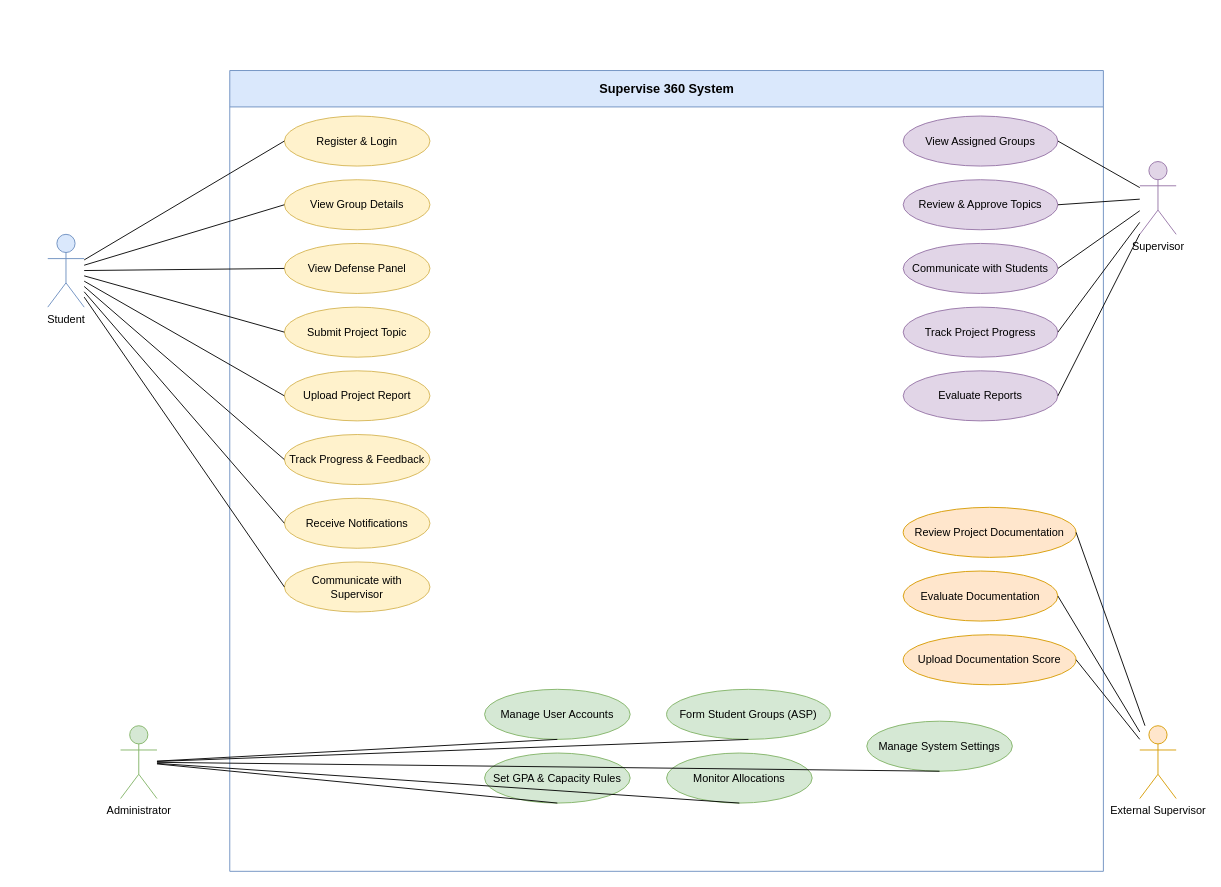
Chidera584/supervise360 keeps this draw.io diagram as diagrams/01-use-case-diagram.drawio. Above is the earlier version. Source tidied: cells renumbered, new cells numbered last; positions are measured from the earlier drawing's top-left corner, leaving out a move shared by most shapes. Both pictures are drawn from the tidied source at 91%, with x=0, y=0 at pixel (47, 70).
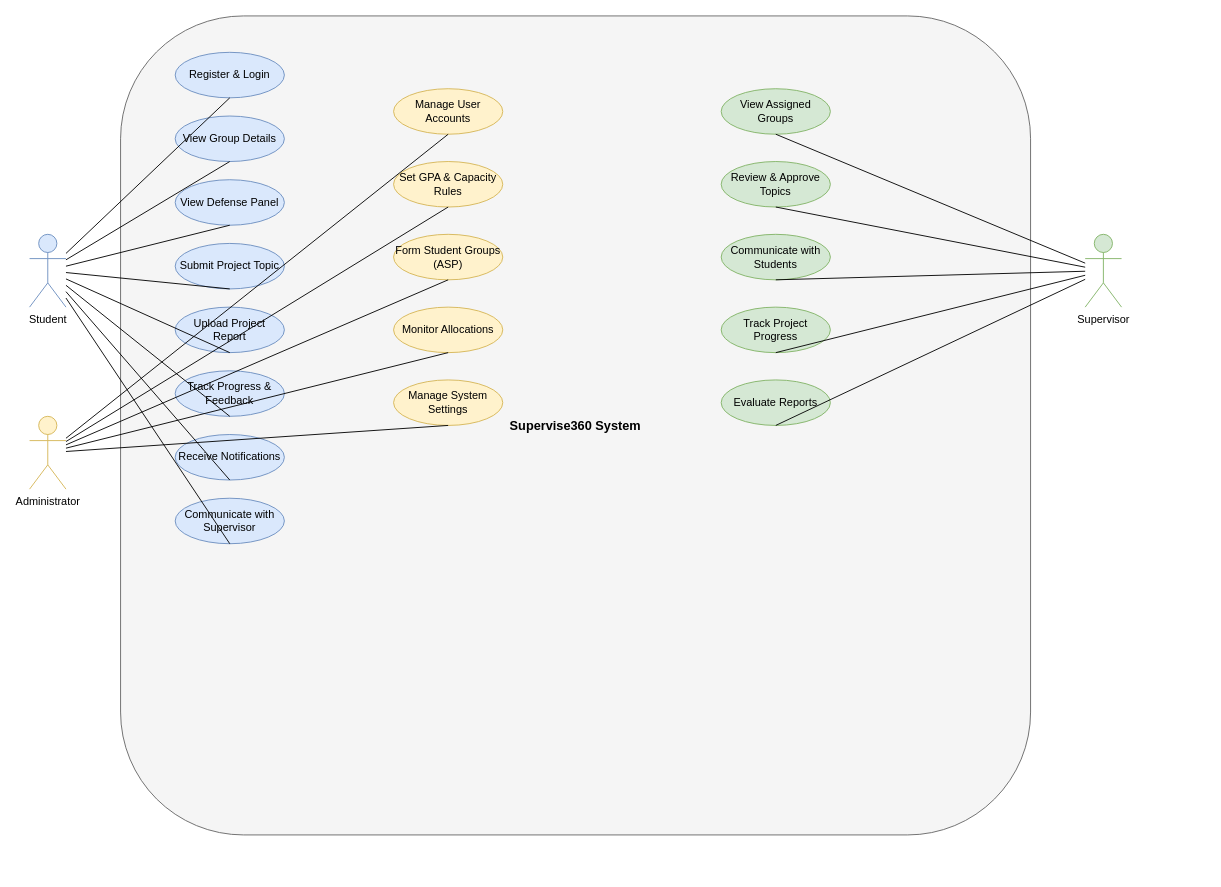
The same page after the edit.

Commit message (it also covers changes not shown here):
Update diagrams to match reference structure: use case, sequence, architecture, ER

The edit, as a diff of the source:
```diff
@@
-    <mxCell id="2" value="Supervise 360 System" style="swimlane;html=1;horizontal=1;startSize=40;fillColor=#dae8fc;strokeColor=#6c8ebf;fontStyle=1;fontSize=14;" parent="1" vertex="1">
-      <mxGeometry x="200" width="960" height="880" as="geometry" />
+    <mxCell id="2" value="Supervise360 System" style="rounded=1;whiteSpace=wrap;html=1;fillColor=#f5f5f5;strokeColor=#666666;fontStyle=1;fontSize=14;arcSize=15;" parent="1" vertex="1">
+      <mxGeometry x="80" y="-60" width="1000" height="900" as="geometry" />
     </mxCell>
-    <mxCell id="3" value="Register &amp; Login" style="ellipse;whiteSpace=wrap;html=1;fillColor=#fff2cc;strokeColor=#d6b656;" parent="2" vertex="1">
-      <mxGeometry x="60" y="50" width="160" height="55" as="geometry" />
+    <mxCell id="3" value="Register &amp; Login" style="ellipse;whiteSpace=wrap;html=1;fillColor=#dae8fc;strokeColor=#6c8ebf;" parent="1" vertex="1">
+      <mxGeometry x="140" y="-20" width="120" height="50" as="geometry" />
     </mxCell>
-    <mxCell id="4" value="View Group Details" style="ellipse;whiteSpace=wrap;html=1;fillColor=#fff2cc;strokeColor=#d6b656;" parent="2" vertex="1">
-      <mxGeometry x="60" y="120" width="160" height="55" as="geometry" />
+    <mxCell id="4" value="View Group Details" style="ellipse;whiteSpace=wrap;html=1;fillColor=#dae8fc;strokeColor=#6c8ebf;" parent="1" vertex="1">
+      <mxGeometry x="140" y="50" width="120" height="50" as="geometry" />
     </mxCell>
-    <mxCell id="5" value="View Defense Panel" style="ellipse;whiteSpace=wrap;html=1;fillColor=#fff2cc;strokeColor=#d6b656;" parent="2" vertex="1">
-      <mxGeometry x="60" y="190" width="160" height="55" as="geometry" />
+    <mxCell id="5" value="View Defense Panel" style="ellipse;whiteSpace=wrap;html=1;fillColor=#dae8fc;strokeColor=#6c8ebf;" parent="1" vertex="1">
+      <mxGeometry x="140" y="120" width="120" height="50" as="geometry" />
     </mxCell>
-    <mxCell id="6" value="Submit Project Topic" style="ellipse;whiteSpace=wrap;html=1;fillColor=#fff2cc;strokeColor=#d6b656;" parent="2" vertex="1">
-      <mxGeometry x="60" y="260" width="160" height="55" as="geometry" />
+    <mxCell id="6" value="Submit Project Topic" style="ellipse;whiteSpace=wrap;html=1;fillColor=#dae8fc;strokeColor=#6c8ebf;" parent="1" vertex="1">
+      <mxGeometry x="140" y="190" width="120" height="50" as="geometry" />
     </mxCell>
-    <mxCell id="7" value="Upload Project Report" style="ellipse;whiteSpace=wrap;html=1;fillColor=#fff2cc;strokeColor=#d6b656;" parent="2" vertex="1">
-      <mxGeometry x="60" y="330" width="160" height="55" as="geometry" />
+    <mxCell id="7" value="Upload Project Report" style="ellipse;whiteSpace=wrap;html=1;fillColor=#dae8fc;strokeColor=#6c8ebf;" parent="1" vertex="1">
+      <mxGeometry x="140" y="260" width="120" height="50" as="geometry" />
     </mxCell>
-    <mxCell id="8" value="Track Progress &amp; Feedback" style="ellipse;whiteSpace=wrap;html=1;fillColor=#fff2cc;strokeColor=#d6b656;" parent="2" vertex="1">
-      <mxGeometry x="60" y="400" width="160" height="55" as="geometry" />
+    <mxCell id="8" value="Track Progress &amp; Feedback" style="ellipse;whiteSpace=wrap;html=1;fillColor=#dae8fc;strokeColor=#6c8ebf;" parent="1" vertex="1">
+      <mxGeometry x="140" y="330" width="120" height="50" as="geometry" />
     </mxCell>
-    <mxCell id="9" value="Receive Notifications" style="ellipse;whiteSpace=wrap;html=1;fillColor=#fff2cc;strokeColor=#d6b656;" parent="2" vertex="1">
-      <mxGeometry x="60" y="470" width="160" height="55" as="geometry" />
+    <mxCell id="9" value="Receive Notifications" style="ellipse;whiteSpace=wrap;html=1;fillColor=#dae8fc;strokeColor=#6c8ebf;" parent="1" vertex="1">
+      <mxGeometry x="140" y="400" width="120" height="50" as="geometry" />
     </mxCell>
-    <mxCell id="10" value="Communicate with Supervisor" style="ellipse;whiteSpace=wrap;html=1;fillColor=#fff2cc;strokeColor=#d6b656;" parent="2" vertex="1">
-      <mxGeometry x="60" y="540" width="160" height="55" as="geometry" />
+    <mxCell id="10" value="Communicate with Supervisor" style="ellipse;whiteSpace=wrap;html=1;fillColor=#dae8fc;strokeColor=#6c8ebf;" parent="1" vertex="1">
+      <mxGeometry x="140" y="470" width="120" height="50" as="geometry" />
     </mxCell>
-    <mxCell id="11" value="Manage User Accounts" style="ellipse;whiteSpace=wrap;html=1;fillColor=#d5e8d4;strokeColor=#82b366;" parent="2" vertex="1">
-      <mxGeometry x="280" y="680" width="160" height="55" as="geometry" />
+    <mxCell id="11" value="Manage User Accounts" style="ellipse;whiteSpace=wrap;html=1;fillColor=#fff2cc;strokeColor=#d6b656;" parent="1" vertex="1">
+      <mxGeometry x="380" y="20" width="120" height="50" as="geometry" />
     </mxCell>
-    <mxCell id="12" value="Set GPA &amp; Capacity Rules" style="ellipse;whiteSpace=wrap;html=1;fillColor=#d5e8d4;strokeColor=#82b366;" parent="2" vertex="1">
-      <mxGeometry x="280" y="750" width="160" height="55" as="geometry" />
+    <mxCell id="12" value="Set GPA &amp; Capacity Rules" style="ellipse;whiteSpace=wrap;html=1;fillColor=#fff2cc;strokeColor=#d6b656;" parent="1" vertex="1">
+      <mxGeometry x="380" y="100" width="120" height="50" as="geometry" />
     </mxCell>
-    <mxCell id="13" value="Form Student Groups (ASP)" style="ellipse;whiteSpace=wrap;html=1;fillColor=#d5e8d4;strokeColor=#82b366;" parent="2" vertex="1">
-      <mxGeometry x="480" y="680" width="180" height="55" as="geometry" />
+    <mxCell id="13" value="Form Student Groups (ASP)" style="ellipse;whiteSpace=wrap;html=1;fillColor=#fff2cc;strokeColor=#d6b656;" parent="1" vertex="1">
+      <mxGeometry x="380" y="180" width="120" height="50" as="geometry" />
     </mxCell>
-    <mxCell id="14" value="Monitor Allocations" style="ellipse;whiteSpace=wrap;html=1;fillColor=#d5e8d4;strokeColor=#82b366;" parent="2" vertex="1">
-      <mxGeometry x="480" y="750" width="160" height="55" as="geometry" />
+    <mxCell id="14" value="Monitor Allocations" style="ellipse;whiteSpace=wrap;html=1;fillColor=#fff2cc;strokeColor=#d6b656;" parent="1" vertex="1">
+      <mxGeometry x="380" y="260" width="120" height="50" as="geometry" />
     </mxCell>
-    <mxCell id="15" value="Manage System Settings" style="ellipse;whiteSpace=wrap;html=1;fillColor=#d5e8d4;strokeColor=#82b366;" parent="2" vertex="1">
-      <mxGeometry x="700" y="715" width="160" height="55" as="geometry" />
+    <mxCell id="15" value="Manage System Settings" style="ellipse;whiteSpace=wrap;html=1;fillColor=#fff2cc;strokeColor=#d6b656;" parent="1" vertex="1">
+      <mxGeometry x="380" y="340" width="120" height="50" as="geometry" />
     </mxCell>
-    <mxCell id="16" value="View Assigned Groups" style="ellipse;whiteSpace=wrap;html=1;fillColor=#e1d5e7;strokeColor=#9673a6;" parent="2" vertex="1">
-      <mxGeometry x="740" y="50" width="170" height="55" as="geometry" />
+    <mxCell id="16" value="View Assigned Groups" style="ellipse;whiteSpace=wrap;html=1;fillColor=#d5e8d4;strokeColor=#82b366;" parent="1" vertex="1">
+      <mxGeometry x="740" y="20" width="120" height="50" as="geometry" />
     </mxCell>
-    <mxCell id="17" value="Review &amp; Approve Topics" style="ellipse;whiteSpace=wrap;html=1;fillColor=#e1d5e7;strokeColor=#9673a6;" parent="2" vertex="1">
-      <mxGeometry x="740" y="120" width="170" height="55" as="geometry" />
+    <mxCell id="17" value="Review &amp; Approve Topics" style="ellipse;whiteSpace=wrap;html=1;fillColor=#d5e8d4;strokeColor=#82b366;" parent="1" vertex="1">
+      <mxGeometry x="740" y="100" width="120" height="50" as="geometry" />
     </mxCell>
-    <mxCell id="18" value="Communicate with Students" style="ellipse;whiteSpace=wrap;html=1;fillColor=#e1d5e7;strokeColor=#9673a6;" parent="2" vertex="1">
-      <mxGeometry x="740" y="190" width="170" height="55" as="geometry" />
+    <mxCell id="18" value="Communicate with Students" style="ellipse;whiteSpace=wrap;html=1;fillColor=#d5e8d4;strokeColor=#82b366;" parent="1" vertex="1">
+      <mxGeometry x="740" y="180" width="120" height="50" as="geometry" />
     </mxCell>
-    <mxCell id="19" value="Track Project Progress" style="ellipse;whiteSpace=wrap;html=1;fillColor=#e1d5e7;strokeColor=#9673a6;" parent="2" vertex="1">
-      <mxGeometry x="740" y="260" width="170" height="55" as="geometry" />
+    <mxCell id="19" value="Track Project Progress" style="ellipse;whiteSpace=wrap;html=1;fillColor=#d5e8d4;strokeColor=#82b366;" parent="1" vertex="1">
+      <mxGeometry x="740" y="260" width="120" height="50" as="geometry" />
     </mxCell>
-    <mxCell id="20" value="Evaluate Reports" style="ellipse;whiteSpace=wrap;html=1;fillColor=#e1d5e7;strokeColor=#9673a6;" parent="2" vertex="1">
-      <mxGeometry x="740" y="330" width="170" height="55" as="geometry" />
+    <mxCell id="20" value="Evaluate Reports" style="ellipse;whiteSpace=wrap;html=1;fillColor=#d5e8d4;strokeColor=#82b366;" parent="1" vertex="1">
+      <mxGeometry x="740" y="340" width="120" height="50" as="geometry" />
     </mxCell>
-    <mxCell id="21" value="Review Project Documentation" style="ellipse;whiteSpace=wrap;html=1;fillColor=#ffe6cc;strokeColor=#d79b00;" parent="2" vertex="1">
-      <mxGeometry x="740" y="480" width="190" height="55" as="geometry" />
-    </mxCell>
-    <mxCell id="22" value="Evaluate Documentation" style="ellipse;whiteSpace=wrap;html=1;fillColor=#ffe6cc;strokeColor=#d79b00;" parent="2" vertex="1">
-      <mxGeometry x="740" y="550" width="170" height="55" as="geometry" />
-    </mxCell>
-    <mxCell id="23" value="Upload Documentation Score" style="ellipse;whiteSpace=wrap;html=1;fillColor=#ffe6cc;strokeColor=#d79b00;" parent="2" vertex="1">
-      <mxGeometry x="740" y="620" width="190" height="55" as="geometry" />
-    </mxCell>
     <mxCell id="24" value="Student" style="shape=umlActor;verticalLabelPosition=bottom;verticalAlign=top;html=1;outlineConnect=0;fillColor=#dae8fc;strokeColor=#6c8ebf;" parent="1" vertex="1">
-      <mxGeometry y="180" width="40" height="80" as="geometry" />
+      <mxGeometry x="-20" y="180" width="40" height="80" as="geometry" />
     </mxCell>
-    <mxCell id="25" value="Administrator" style="shape=umlActor;verticalLabelPosition=bottom;verticalAlign=top;html=1;outlineConnect=0;fillColor=#d5e8d4;strokeColor=#82b366;" parent="1" vertex="1">
-      <mxGeometry x="80" y="720" width="40" height="80" as="geometry" />
+    <mxCell id="25" value="Administrator" style="shape=umlActor;verticalLabelPosition=bottom;verticalAlign=top;html=1;outlineConnect=0;fillColor=#fff2cc;strokeColor=#d6b656;" parent="1" vertex="1">
+      <mxGeometry x="-20" y="380" width="40" height="80" as="geometry" />
     </mxCell>
-    <mxCell id="26" value="Supervisor" style="shape=umlActor;verticalLabelPosition=bottom;verticalAlign=top;html=1;outlineConnect=0;fillColor=#e1d5e7;strokeColor=#9673a6;" parent="1" vertex="1">
-      <mxGeometry x="1200" y="100" width="40" height="80" as="geometry" />
+    <mxCell id="26" value="Supervisor" style="shape=umlActor;verticalLabelPosition=bottom;verticalAlign=top;html=1;outlineConnect=0;fillColor=#d5e8d4;strokeColor=#82b366;" parent="1" vertex="1">
+      <mxGeometry x="1140" y="180" width="40" height="80" as="geometry" />
     </mxCell>
-    <mxCell id="27" value="External Supervisor" style="shape=umlActor;verticalLabelPosition=bottom;verticalAlign=top;html=1;outlineConnect=0;fillColor=#ffe6cc;strokeColor=#d79b00;" parent="1" vertex="1">
-      <mxGeometry x="1200" y="720" width="40" height="80" as="geometry" />
-    </mxCell>
-    <mxCell id="28" style="endArrow=none;html=1;rounded=0;entryX=0;entryY=0.5;entryDx=0;entryDy=0;" parent="1" edge="1" source="24" target="3">
+    <mxCell id="28" style="endArrow=none;html=1;rounded=0;entryX=0.5;entryY=1;entryDx=0;entryDy=0;" parent="1" edge="1" source="24" target="3">
       <mxGeometry relative="1" as="geometry" />
     </mxCell>
-    <mxCell id="29" style="endArrow=none;html=1;rounded=0;entryX=0;entryY=0.5;entryDx=0;entryDy=0;" parent="1" edge="1" source="24" target="4">
+    <mxCell id="29" style="endArrow=none;html=1;rounded=0;entryX=0.5;entryY=1;entryDx=0;entryDy=0;" parent="1" edge="1" source="24" target="4">
       <mxGeometry relative="1" as="geometry" />
     </mxCell>
-    <mxCell id="30" style="endArrow=none;html=1;rounded=0;entryX=0;entryY=0.5;entryDx=0;entryDy=0;" parent="1" edge="1" source="24" target="5">
+    <mxCell id="30" style="endArrow=none;html=1;rounded=0;entryX=0.5;entryY=1;entryDx=0;entryDy=0;" parent="1" edge="1" source="24" target="5">
       <mxGeometry relative="1" as="geometry" />
     </mxCell>
-    <mxCell id="31" style="endArrow=none;html=1;rounded=0;entryX=0;entryY=0.5;entryDx=0;entryDy=0;" parent="1" edge="1" source="24" target="6">
+    <mxCell id="31" style="endArrow=none;html=1;rounded=0;entryX=0.5;entryY=1;entryDx=0;entryDy=0;" parent="1" edge="1" source="24" target="6">
       <mxGeometry relative="1" as="geometry" />
     </mxCell>
-    <mxCell id="32" style="endArrow=none;html=1;rounded=0;entryX=0;entryY=0.5;entryDx=0;entryDy=0;" parent="1" edge="1" source="24" target="7">
+    <mxCell id="32" style="endArrow=none;html=1;rounded=0;entryX=0.5;entryY=1;entryDx=0;entryDy=0;" parent="1" edge="1" source="24" target="7">
       <mxGeometry relative="1" as="geometry" />
     </mxCell>
-    <mxCell id="33" style="endArrow=none;html=1;rounded=0;entryX=0;entryY=0.5;entryDx=0;entryDy=0;" parent="1" edge="1" source="24" target="8">
+    <mxCell id="33" style="endArrow=none;html=1;rounded=0;entryX=0.5;entryY=1;entryDx=0;entryDy=0;" parent="1" edge="1" source="24" target="8">
       <mxGeometry relative="1" as="geometry" />
     </mxCell>
-    <mxCell id="34" style="endArrow=none;html=1;rounded=0;entryX=0;entryY=0.5;entryDx=0;entryDy=0;" parent="1" edge="1" source="24" target="9">
+    <mxCell id="34" style="endArrow=none;html=1;rounded=0;entryX=0.5;entryY=1;entryDx=0;entryDy=0;" parent="1" edge="1" source="24" target="9">
       <mxGeometry relative="1" as="geometry" />
     </mxCell>
-    <mxCell id="35" style="endArrow=none;html=1;rounded=0;entryX=0;entryY=0.5;entryDx=0;entryDy=0;" parent="1" edge="1" source="24" target="10">
+    <mxCell id="35" style="endArrow=none;html=1;rounded=0;entryX=0.5;entryY=1;entryDx=0;entryDy=0;" parent="1" edge="1" source="24" target="10">
       <mxGeometry relative="1" as="geometry" />
     </mxCell>
@@
-    <mxCell id="41" style="endArrow=none;html=1;rounded=0;entryX=1;entryY=0.5;entryDx=0;entryDy=0;" parent="1" edge="1" source="26" target="16">
+    <mxCell id="41" style="endArrow=none;html=1;rounded=0;entryX=0.5;entryY=1;entryDx=0;entryDy=0;" parent="1" edge="1" source="26" target="16">
       <mxGeometry relative="1" as="geometry" />
     </mxCell>
-    <mxCell id="42" style="endArrow=none;html=1;rounded=0;entryX=1;entryY=0.5;entryDx=0;entryDy=0;" parent="1" edge="1" source="26" target="17">
+    <mxCell id="42" style="endArrow=none;html=1;rounded=0;entryX=0.5;entryY=1;entryDx=0;entryDy=0;" parent="1" edge="1" source="26" target="17">
       <mxGeometry relative="1" as="geometry" />
     </mxCell>
-    <mxCell id="43" style="endArrow=none;html=1;rounded=0;entryX=1;entryY=0.5;entryDx=0;entryDy=0;" parent="1" edge="1" source="26" target="18">
+    <mxCell id="43" style="endArrow=none;html=1;rounded=0;entryX=0.5;entryY=1;entryDx=0;entryDy=0;" parent="1" edge="1" source="26" target="18">
       <mxGeometry relative="1" as="geometry" />
     </mxCell>
-    <mxCell id="44" style="endArrow=none;html=1;rounded=0;entryX=1;entryY=0.5;entryDx=0;entryDy=0;" parent="1" edge="1" source="26" target="19">
+    <mxCell id="44" style="endArrow=none;html=1;rounded=0;entryX=0.5;entryY=1;entryDx=0;entryDy=0;" parent="1" edge="1" source="26" target="19">
       <mxGeometry relative="1" as="geometry" />
     </mxCell>
-    <mxCell id="45" style="endArrow=none;html=1;rounded=0;entryX=1;entryY=0.5;entryDx=0;entryDy=0;" parent="1" edge="1" source="26" target="20">
+    <mxCell id="45" style="endArrow=none;html=1;rounded=0;entryX=0.5;entryY=1;entryDx=0;entryDy=0;" parent="1" edge="1" source="26" target="20">
       <mxGeometry relative="1" as="geometry" />
     </mxCell>
-    <mxCell id="46" style="endArrow=none;html=1;rounded=0;entryX=1;entryY=0.5;entryDx=0;entryDy=0;" parent="1" edge="1" source="27" target="21">
-      <mxGeometry relative="1" as="geometry" />
-    </mxCell>
-    <mxCell id="47" style="endArrow=none;html=1;rounded=0;entryX=1;entryY=0.5;entryDx=0;entryDy=0;" parent="1" edge="1" source="27" target="22">
-      <mxGeometry relative="1" as="geometry" />
-    </mxCell>
-    <mxCell id="48" style="endArrow=none;html=1;rounded=0;entryX=1;entryY=0.5;entryDx=0;entryDy=0;" parent="1" edge="1" source="27" target="23">
-      <mxGeometry relative="1" as="geometry" />
-    </mxCell>
```
